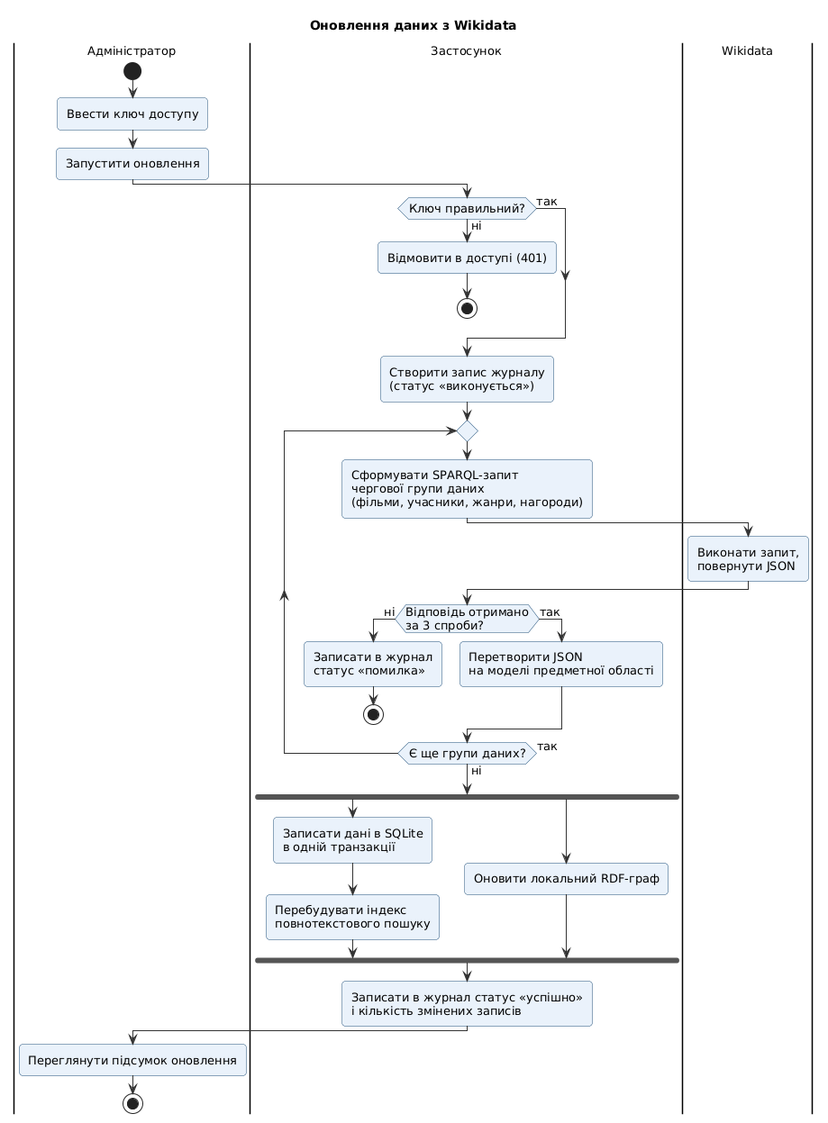
The PlantUML diagram docs/uml/03_activity_update.png in pryanikalenaknu/kinograf, before a commit. Source of this version:
```plantuml
@startuml
!include common.iuml
skinparam activity {
  BackgroundColor #EAF2FB
  BorderColor #1F4E79
}
title Оновлення даних з Wikidata
|Адміністратор|
start
:Ввести ключ доступу;
:Запустити оновлення;
|Застосунок|
if (Ключ правильний?) then (ні)
  :Відмовити в доступі (401);
  stop
else (так)
endif
:Створити запис журналу\n(статус «виконується»);
repeat
  |Застосунок|
  :Сформувати SPARQL-запит\nчергової групи даних\n(фільми, учасники, жанри, нагороди);
  |Wikidata|
  :Виконати запит,\nповернути JSON;
  |Застосунок|
  if (Відповідь отримано\nза 3 спроби?) then (ні)
    :Записати в журнал\nстатус «помилка»;
    stop
  else (так)
    :Перетворити JSON\nна моделі предметної області;
  endif
repeat while (Є ще групи даних?) is (так) not (ні)
fork
  :Записати дані в SQLite\nв одній транзакції;
  :Перебудувати індекс\nповнотекстового пошуку;
fork again
  :Оновити локальний RDF-граф;
end fork
:Записати в журнал статус «успішно»\nі кількість змінених записів;
|Адміністратор|
:Переглянути підсумок оновлення;
stop
@enduml
```
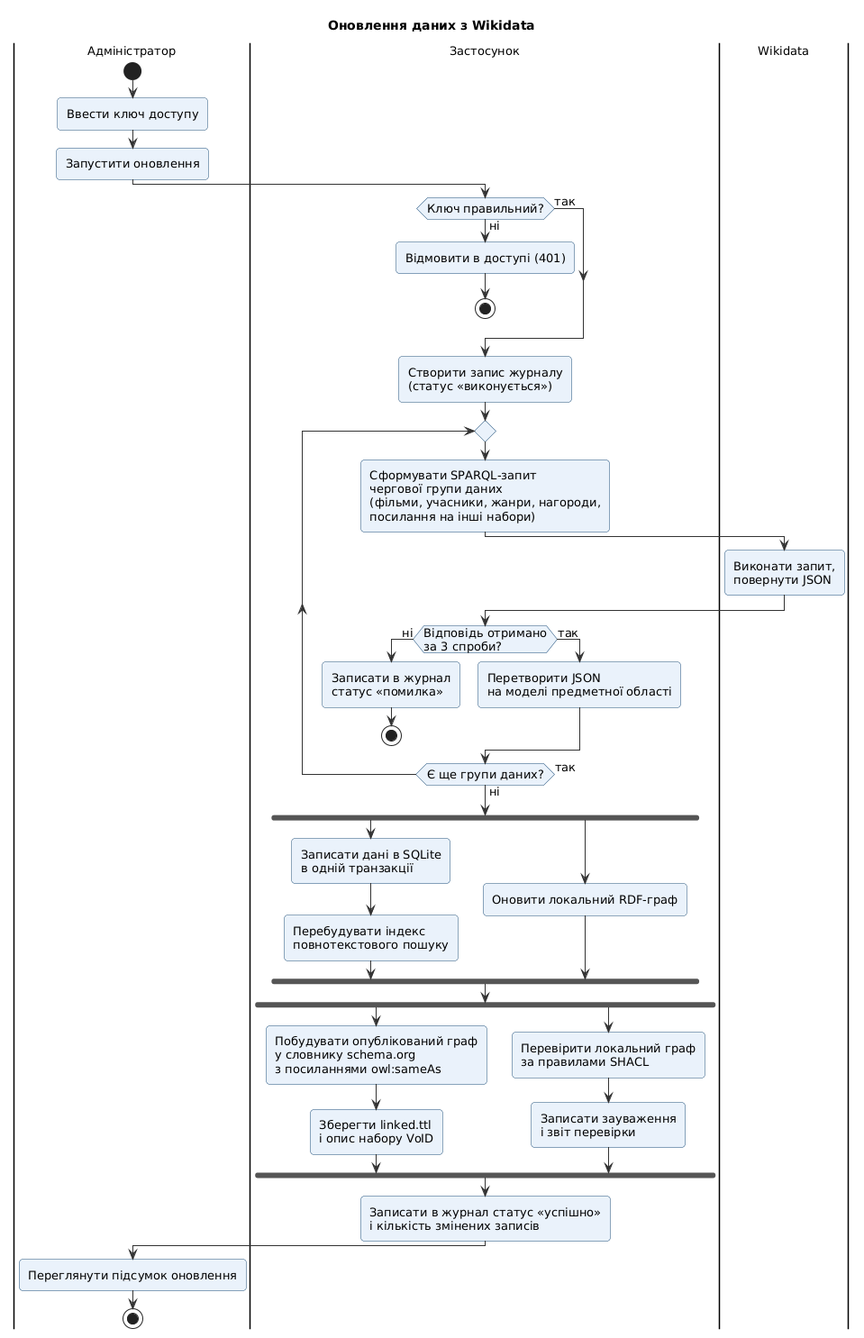
The same diagram one commit later.

Change to the diagram source:
```diff
@@ -18,7 +18,7 @@
 :Створити запис журналу\n(статус «виконується»);
 repeat
   |Застосунок|
-  :Сформувати SPARQL-запит\nчергової групи даних\n(фільми, учасники, жанри, нагороди);
+  :Сформувати SPARQL-запит\nчергової групи даних\n(фільми, учасники, жанри, нагороди,\nпосилання на інші набори);
   |Wikidata|
   :Виконати запит,\nповернути JSON;
   |Застосунок|
@@ -35,6 +35,13 @@
 fork again
   :Оновити локальний RDF-граф;
 end fork
+fork
+  :Побудувати опублікований граф\nу словнику schema.org\nз посиланнями owl:sameAs;
+  :Зберегти linked.ttl\nі опис набору VoID;
+fork again
+  :Перевірити локальний граф\nза правилами SHACL;
+  :Записати зауваження\nі звіт перевірки;
+end fork
 :Записати в журнал статус «успішно»\nі кількість змінених записів;
 |Адміністратор|
 :Переглянути підсумок оновлення;
```
